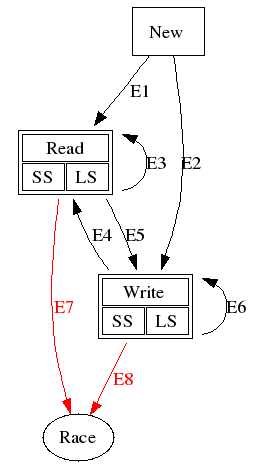
Earlier version of the Graphviz export msm/helgrind340.png (spurious/ThreadSanitizer-mirror). Its source is kept beside it as msm/helgrind340.dot.
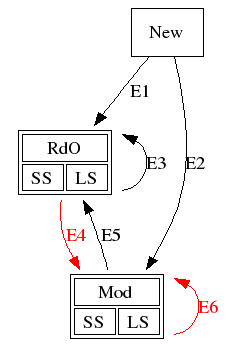
The same diagram one commit later.

Commit message:
git-svn-id: http://data-race-test.googlecode.com/svn/trunk@343 93a3164d-3a44-0410-8ae5-4baa038b0729

Change to the diagram source:
```diff
@@ -1,33 +1,28 @@
 digraph prop1 {
    New   [shape=rectangle label="New"];
 
-   Read  [shape=plaintext label=<<TABLE BGCOLOR="white"> <tr>
-        <td colspan="2">Read</td>
+   RDO  [shape=plaintext label=<<TABLE BGCOLOR="white"> <tr>
+        <td colspan="2">RdO</td>
       </tr> <tr>
         <td> SS </td>
         <td> LS </td>
       </tr> </TABLE>>
     ]
 
-   Write  [shape=plaintext label=<<TABLE BGCOLOR="white"> <tr>
-        <td colspan="2">Write</td>
+   MOD  [shape=plaintext label=<<TABLE BGCOLOR="white"> <tr>
+        <td colspan="2">Mod</td>
       </tr> <tr>
         <td> SS </td>
         <td> LS </td>
       </tr> </TABLE>>
     ]
 
-    Race;
 
 
-
-   New      -> Read   [label="E1"];
-   New      -> Write  [label="E2"];
-   Read     -> Read   [label="E3"];
-   Write    -> Read   [label="E4"];
-   Read     -> Write  [label="E5" ];
-   Write    -> Write  [label="E6"];
-
-   Read     -> Race [label="E7" color="red" fontcolor="red"];
-   Write    -> Race [label="E8" color="red" fontcolor="red"];
+   New      -> RDO   [label="E1"];
+   New      -> MOD  [label="E2"];
+   RDO     -> RDO   [label="E3"];
+   RDO     -> MOD  [label="E4" color="red" fontcolor="red"];
+   MOD    -> RDO   [label="E5"];
+   MOD    -> MOD  [label="E6" color="red" fontcolor="red"];
 }
```
